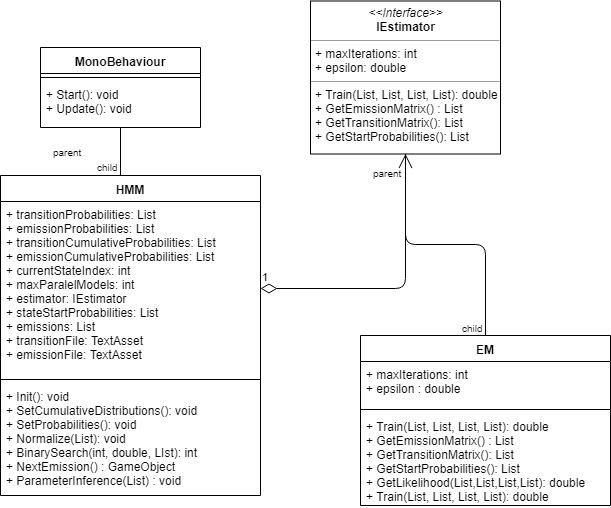
This is images/HMM.png from loghinalexandru/Licenta, a draw.io export, as it was before one commit. Source tidied: cells renumbered, new cells last; positions are measured from the earlier drawing's top-left corner, leaving out a move shared by most shapes. Source of this version:
```xml
<mxGraphModel>
  <root>
    <mxCell id="0" />
    <mxCell id="1" parent="0" />
    <mxCell id="2" value="HMM&#10;&#10;" style="swimlane;fontStyle=1;align=center;verticalAlign=top;horizontal=1;startSize=26;" parent="1" vertex="1">
      <mxGeometry y="174" width="260" height="320" as="geometry" />
    </mxCell>
    <mxCell id="3" value="+ transitionProbabilities: List&#10;+ emissionProbabilities: List&#10;+ transitionCumulativeProbabilities: List&#10;+ emissionCumulativeProbabilities: List&#10;+ currentStateIndex: int&#10;+ maxParalelModels: int&#10;+ estimator: IEstimator&#10;+ stateStartProbabilities: List&#10;+ emissions: List&#10;+ transitionFile: TextAsset&#10;+ emissionFile: TextAsset&#10;" style="text;strokeColor=none;fillColor=none;align=left;verticalAlign=top;spacingLeft=4;spacingRight=4;overflow=hidden;points=[[0,0.5],[1,0.5]];portConstraint=eastwest;" parent="2" vertex="1">
      <mxGeometry y="26" width="260" height="174" as="geometry" />
    </mxCell>
    <mxCell id="4" style="line;strokeWidth=1;fillColor=none;align=left;verticalAlign=middle;spacingTop=-1;spacingLeft=3;spacingRight=3;labelPosition=right;" parent="2" vertex="1">
      <mxGeometry y="200" width="260" height="8" as="geometry" />
    </mxCell>
    <mxCell id="5" value="+ Init(): void&#10;+ SetCumulativeDistributions(): void&#10;+ SetProbabilities(): void&#10;+ Normalize(List): void&#10;+ BinarySearch(int, double, LIst): int&#10;+ NextEmission() : GameObject&#10;+ ParameterInference(List) : void&#10;" style="text;strokeColor=none;fillColor=none;align=left;verticalAlign=top;spacingLeft=4;spacingRight=4;overflow=hidden;" parent="2" vertex="1">
      <mxGeometry y="208" width="260" height="112" as="geometry" />
    </mxCell>
    <mxCell id="6" value="&lt;p style=&quot;margin: 0px ; margin-top: 4px ; text-align: center&quot;&gt;&lt;i&gt;&amp;lt;&amp;lt;Interface&amp;gt;&amp;gt;&lt;/i&gt;&lt;br&gt;&lt;b&gt;IEstimator&lt;/b&gt;&lt;/p&gt;&lt;hr size=&quot;1&quot;&gt;&lt;p style=&quot;margin: 0px ; margin-left: 4px&quot;&gt;+ maxIterations: int&lt;br&gt;+ epsilon: double&lt;/p&gt;&lt;hr size=&quot;1&quot;&gt;&lt;p style=&quot;margin: 0px ; margin-left: 4px&quot;&gt;+ Train(List, List, List, List): double&lt;br&gt;+ GetEmissionMatrix() : List&lt;/p&gt;&lt;p style=&quot;margin: 0px ; margin-left: 4px&quot;&gt;+ GetTransitionMatrix(): List&lt;/p&gt;&lt;p style=&quot;margin: 0px ; margin-left: 4px&quot;&gt;+ GetStartProbabilities(): List&lt;/p&gt;" style="verticalAlign=top;align=left;overflow=fill;fontSize=12;fontFamily=Helvetica;html=1;" parent="1" vertex="1">
      <mxGeometry x="310" y="-0.5" width="190" height="153" as="geometry" />
    </mxCell>
    <mxCell id="7" value="1" style="endArrow=open;html=1;endSize=12;startArrow=diamondThin;startSize=14;startFill=0;edgeStyle=orthogonalEdgeStyle;align=left;verticalAlign=bottom;" parent="1" edge="1" source="3" target="6">
      <mxGeometry x="-1" y="3" relative="1" as="geometry" />
    </mxCell>
    <mxCell id="8" style="endArrow=none;html=1;edgeStyle=orthogonalEdgeStyle;" parent="1" edge="1" source="6" target="11">
      <mxGeometry relative="1" as="geometry" />
    </mxCell>
    <mxCell id="9" value="parent" style="html=1;align=left;verticalAlign=bottom;labelBackgroundColor=#ffffff;fontSize=10;" parent="8" vertex="1">
      <mxGeometry x="-1" relative="1" as="geometry">
        <mxPoint x="-35" y="27" as="offset" />
      </mxGeometry>
    </mxCell>
    <mxCell id="10" value="child" style="html=1;align=right;verticalAlign=bottom;labelBackgroundColor=#ffffff;fontSize=10;" parent="8" vertex="1">
      <mxGeometry x="1" relative="1" as="geometry" />
    </mxCell>
    <mxCell id="11" value="EM" style="swimlane;fontStyle=1;align=center;verticalAlign=top;horizontal=1;startSize=26;" parent="1" vertex="1">
      <mxGeometry x="360" y="334" width="250" height="170" as="geometry" />
    </mxCell>
    <mxCell id="12" value="+ maxIterations: int&#10;+ epsilon : double&#10;" style="text;strokeColor=none;fillColor=none;align=left;verticalAlign=top;spacingLeft=4;spacingRight=4;overflow=hidden;" parent="11" vertex="1">
      <mxGeometry y="26" width="250" height="44" as="geometry" />
    </mxCell>
    <mxCell id="13" style="line;strokeWidth=1;fillColor=none;align=left;verticalAlign=middle;spacingTop=-1;spacingLeft=3;spacingRight=3;labelPosition=right;" parent="11" vertex="1">
      <mxGeometry y="70" width="250" height="8" as="geometry" />
    </mxCell>
    <mxCell id="14" value="+ Train(List, List, List, List): double&#10;+ GetEmissionMatrix() : List&#10;+ GetTransitionMatrix(): List&#10;+ GetStartProbabilities(): List&#10;+ GetLikelihood(List,List,List,List): double&#10;+ Train(List, List, List, List): double" style="text;strokeColor=none;fillColor=none;align=left;verticalAlign=top;spacingLeft=4;spacingRight=4;overflow=hidden;" parent="11" vertex="1">
      <mxGeometry y="78" width="250" height="92" as="geometry" />
    </mxCell>
    <mxCell id="15" value="MonoBehaviour" style="swimlane;fontStyle=1;align=center;verticalAlign=top;horizontal=1;startSize=26;" parent="1" vertex="1">
      <mxGeometry x="40" y="46" width="160" height="80" as="geometry" />
    </mxCell>
    <mxCell id="16" style="line;strokeWidth=1;fillColor=none;align=left;verticalAlign=middle;spacingTop=-1;spacingLeft=3;spacingRight=3;labelPosition=right;" parent="15" vertex="1">
      <mxGeometry y="26" width="160" height="8" as="geometry" />
    </mxCell>
    <mxCell id="17" value="+ Start(): void&#10;+ Update(): void&#10;" style="text;strokeColor=none;fillColor=none;align=left;verticalAlign=top;spacingLeft=4;spacingRight=4;overflow=hidden;points=[[0,0.5],[1,0.5]];portConstraint=eastwest;" parent="15" vertex="1">
      <mxGeometry y="34" width="160" height="46" as="geometry" />
    </mxCell>
    <mxCell id="18" style="endArrow=none;html=1;edgeStyle=orthogonalEdgeStyle;" parent="1" edge="1" source="17" target="2">
      <mxGeometry relative="1" as="geometry">
        <Array as="points">
          <mxPoint x="120" y="126" />
          <mxPoint x="130" y="126" />
        </Array>
      </mxGeometry>
    </mxCell>
    <mxCell id="19" value="parent" style="html=1;align=left;verticalAlign=bottom;labelBackgroundColor=#ffffff;fontSize=10;" parent="18" vertex="1">
      <mxGeometry x="-1" relative="1" as="geometry">
        <mxPoint x="-70" y="33" as="offset" />
      </mxGeometry>
    </mxCell>
    <mxCell id="20" value="child" style="html=1;align=right;verticalAlign=bottom;labelBackgroundColor=#ffffff;fontSize=10;" parent="18" vertex="1">
      <mxGeometry x="1" relative="1" as="geometry" />
    </mxCell>
  </root>
</mxGraphModel>
```
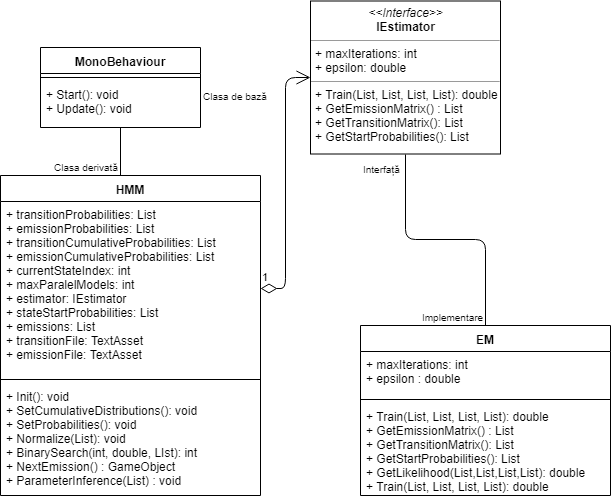
After the change.

Change to the diagram source:
```diff
@@ -17,22 +17,22 @@
     <mxCell id="6" value="&lt;p style=&quot;margin: 0px ; margin-top: 4px ; text-align: center&quot;&gt;&lt;i&gt;&amp;lt;&amp;lt;Interface&amp;gt;&amp;gt;&lt;/i&gt;&lt;br&gt;&lt;b&gt;IEstimator&lt;/b&gt;&lt;/p&gt;&lt;hr size=&quot;1&quot;&gt;&lt;p style=&quot;margin: 0px ; margin-left: 4px&quot;&gt;+ maxIterations: int&lt;br&gt;+ epsilon: double&lt;/p&gt;&lt;hr size=&quot;1&quot;&gt;&lt;p style=&quot;margin: 0px ; margin-left: 4px&quot;&gt;+ Train(List, List, List, List): double&lt;br&gt;+ GetEmissionMatrix() : List&lt;/p&gt;&lt;p style=&quot;margin: 0px ; margin-left: 4px&quot;&gt;+ GetTransitionMatrix(): List&lt;/p&gt;&lt;p style=&quot;margin: 0px ; margin-left: 4px&quot;&gt;+ GetStartProbabilities(): List&lt;/p&gt;" style="verticalAlign=top;align=left;overflow=fill;fontSize=12;fontFamily=Helvetica;html=1;" parent="1" vertex="1">
       <mxGeometry x="310" y="-0.5" width="190" height="153" as="geometry" />
     </mxCell>
-    <mxCell id="7" value="1" style="endArrow=open;html=1;endSize=12;startArrow=diamondThin;startSize=14;startFill=0;edgeStyle=orthogonalEdgeStyle;align=left;verticalAlign=bottom;" parent="1" edge="1" source="3" target="6">
+    <mxCell id="7" value="1" style="endArrow=open;html=1;endSize=12;startArrow=diamondThin;startSize=14;startFill=0;edgeStyle=orthogonalEdgeStyle;align=left;verticalAlign=bottom;entryX=0;entryY=0.5;entryDx=0;entryDy=0;" parent="1" edge="1" source="3" target="6">
       <mxGeometry x="-1" y="3" relative="1" as="geometry" />
     </mxCell>
-    <mxCell id="8" style="endArrow=none;html=1;edgeStyle=orthogonalEdgeStyle;" parent="1" edge="1" source="6" target="11">
+    <mxCell id="8" style="endArrow=none;html=1;edgeStyle=orthogonalEdgeStyle;exitX=0.5;exitY=1;exitDx=0;exitDy=0;" parent="1" edge="1" source="6" target="11">
       <mxGeometry relative="1" as="geometry" />
     </mxCell>
-    <mxCell id="9" value="parent" style="html=1;align=left;verticalAlign=bottom;labelBackgroundColor=#ffffff;fontSize=10;" parent="8" vertex="1">
+    <mxCell id="9" value="Interfață" style="html=1;align=left;verticalAlign=bottom;labelBackgroundColor=#ffffff;fontSize=10;" parent="8" vertex="1">
       <mxGeometry x="-1" relative="1" as="geometry">
-        <mxPoint x="-35" y="27" as="offset" />
+        <mxPoint x="-45" y="23" as="offset" />
       </mxGeometry>
     </mxCell>
-    <mxCell id="10" value="child" style="html=1;align=right;verticalAlign=bottom;labelBackgroundColor=#ffffff;fontSize=10;" parent="8" vertex="1">
+    <mxCell id="10" value="Implementare" style="html=1;align=right;verticalAlign=bottom;labelBackgroundColor=#ffffff;fontSize=10;" parent="8" vertex="1">
       <mxGeometry x="1" relative="1" as="geometry" />
     </mxCell>
     <mxCell id="11" value="EM" style="swimlane;fontStyle=1;align=center;verticalAlign=top;horizontal=1;startSize=26;" parent="1" vertex="1">
-      <mxGeometry x="360" y="334" width="250" height="170" as="geometry" />
+      <mxGeometry x="360" y="324" width="250" height="170" as="geometry" />
     </mxCell>
     <mxCell id="12" value="+ maxIterations: int&#10;+ epsilon : double&#10;" style="text;strokeColor=none;fillColor=none;align=left;verticalAlign=top;spacingLeft=4;spacingRight=4;overflow=hidden;" parent="11" vertex="1">
       <mxGeometry y="26" width="250" height="44" as="geometry" />
@@ -60,12 +60,12 @@
         </Array>
       </mxGeometry>
     </mxCell>
-    <mxCell id="19" value="parent" style="html=1;align=left;verticalAlign=bottom;labelBackgroundColor=#ffffff;fontSize=10;" parent="18" vertex="1">
+    <mxCell id="19" value="Clasa de bază" style="html=1;align=left;verticalAlign=bottom;labelBackgroundColor=#ffffff;fontSize=10;" parent="18" vertex="1">
       <mxGeometry x="-1" relative="1" as="geometry">
-        <mxPoint x="-70" y="33" as="offset" />
+        <mxPoint x="80" y="-23" as="offset" />
       </mxGeometry>
     </mxCell>
-    <mxCell id="20" value="child" style="html=1;align=right;verticalAlign=bottom;labelBackgroundColor=#ffffff;fontSize=10;" parent="18" vertex="1">
+    <mxCell id="20" value="Clasa derivată" style="html=1;align=right;verticalAlign=bottom;labelBackgroundColor=#ffffff;fontSize=10;" parent="18" vertex="1">
       <mxGeometry x="1" relative="1" as="geometry" />
     </mxCell>
   </root>
```
